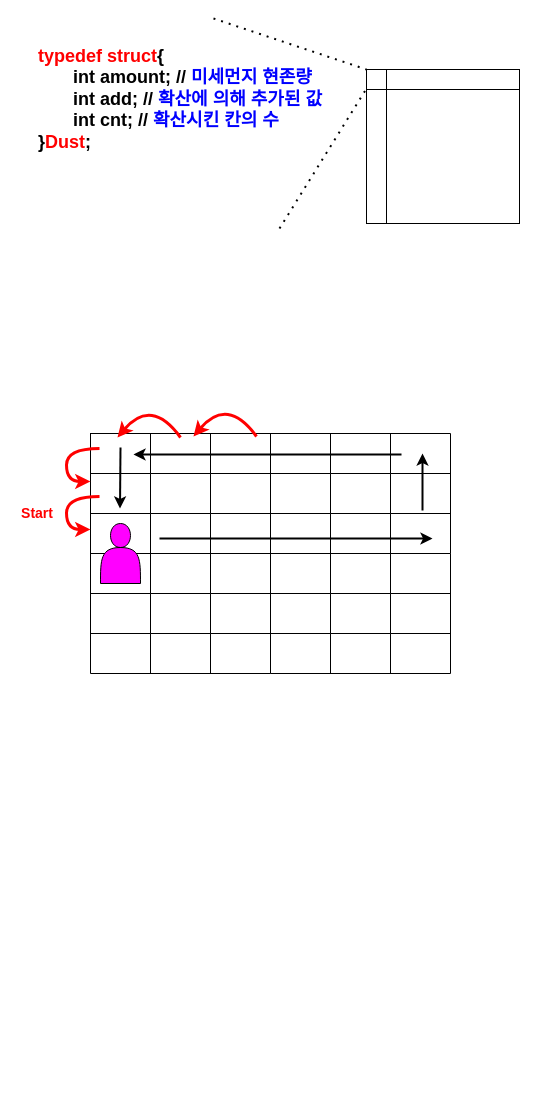
This is Untitled Diagram.drawio from wo-ody/draw.io, a draw.io file, before an edit. Source tidied: cells renumbered, new cells numbered last; positions are measured from the earlier drawing's top-left corner, leaving out a move shared by most shapes. Both pictures are drawn from the tidied source at 100%, with x=0, y=0 at pixel (17, 18).
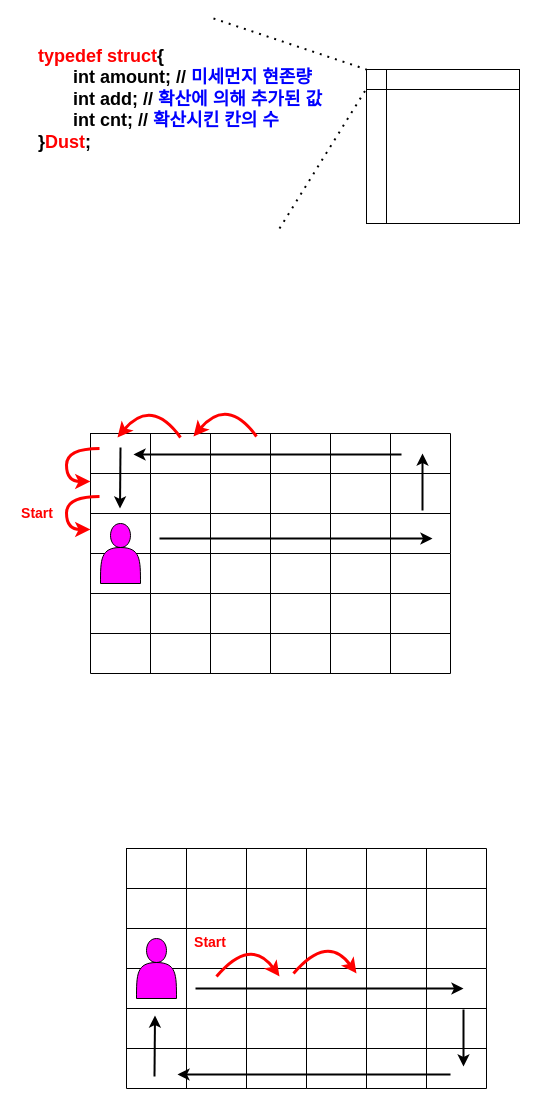
The same page after the edit.

Change to the diagram source:
```diff
@@
+    <mxCell id="68" style="shape=table;html=1;whiteSpace=wrap;startSize=0;childLayout=tableLayout;" parent="1" vertex="1">
+      <mxGeometry x="109" y="830" width="180" height="120" as="geometry" />
+    </mxCell>
+    <mxCell id="69" style="shape=partialRectangle;html=1;whiteSpace=wrap;fillColor=none;top=0;left=0;bottom=0;right=0;" parent="68" vertex="1">
+      <mxGeometry width="180" height="40" as="geometry" />
+    </mxCell>
+    <mxCell id="70" style="shape=partialRectangle;html=1;whiteSpace=wrap;fillColor=none;top=0;left=0;bottom=0;right=0;overflow=hidden;" parent="69" vertex="1">
+      <mxGeometry width="60" height="40" as="geometry" />
+    </mxCell>
+    <mxCell id="71" style="shape=partialRectangle;html=1;whiteSpace=wrap;fillColor=none;top=0;left=0;bottom=0;right=0;overflow=hidden;" parent="69" vertex="1">
+      <mxGeometry x="60" width="60" height="40" as="geometry" />
+    </mxCell>
+    <mxCell id="72" style="shape=partialRectangle;html=1;whiteSpace=wrap;fillColor=none;top=0;left=0;bottom=0;right=0;overflow=hidden;" parent="69" vertex="1">
+      <mxGeometry x="120" width="60" height="40" as="geometry" />
+    </mxCell>
+    <mxCell id="73" style="shape=partialRectangle;html=1;whiteSpace=wrap;fillColor=none;top=0;left=0;bottom=0;right=0;" parent="68" vertex="1">
+      <mxGeometry y="40" width="180" height="40" as="geometry" />
+    </mxCell>
+    <mxCell id="74" style="shape=partialRectangle;html=1;whiteSpace=wrap;fillColor=none;top=0;left=0;bottom=0;right=0;overflow=hidden;" parent="73" vertex="1">
+      <mxGeometry width="60" height="40" as="geometry" />
+    </mxCell>
+    <mxCell id="75" style="shape=partialRectangle;html=1;whiteSpace=wrap;fillColor=none;top=0;left=0;bottom=0;right=0;overflow=hidden;" parent="73" vertex="1">
+      <mxGeometry x="60" width="60" height="40" as="geometry" />
+    </mxCell>
+    <mxCell id="76" style="shape=partialRectangle;html=1;whiteSpace=wrap;fillColor=none;top=0;left=0;bottom=0;right=0;overflow=hidden;" parent="73" vertex="1">
+      <mxGeometry x="120" width="60" height="40" as="geometry" />
+    </mxCell>
+    <mxCell id="77" style="shape=partialRectangle;html=1;whiteSpace=wrap;fillColor=none;top=0;left=0;bottom=0;right=0;" parent="68" vertex="1">
+      <mxGeometry y="80" width="180" height="40" as="geometry" />
+    </mxCell>
+    <mxCell id="78" style="shape=partialRectangle;html=1;whiteSpace=wrap;fillColor=none;top=0;left=0;bottom=0;right=0;overflow=hidden;" parent="77" vertex="1">
+      <mxGeometry width="60" height="40" as="geometry" />
+    </mxCell>
+    <mxCell id="79" style="shape=partialRectangle;html=1;whiteSpace=wrap;fillColor=none;top=0;left=0;bottom=0;right=0;overflow=hidden;" parent="77" vertex="1">
+      <mxGeometry x="60" width="60" height="40" as="geometry" />
+    </mxCell>
+    <mxCell id="80" style="shape=partialRectangle;html=1;whiteSpace=wrap;fillColor=none;top=0;left=0;bottom=0;right=0;overflow=hidden;" parent="77" vertex="1">
+      <mxGeometry x="120" width="60" height="40" as="geometry" />
+    </mxCell>
+    <mxCell id="81" style="shape=table;html=1;whiteSpace=wrap;startSize=0;childLayout=tableLayout;" parent="1" vertex="1">
+      <mxGeometry x="289" y="830" width="180" height="120" as="geometry" />
+    </mxCell>
+    <mxCell id="82" style="shape=partialRectangle;html=1;whiteSpace=wrap;fillColor=none;top=0;left=0;bottom=0;right=0;" parent="81" vertex="1">
+      <mxGeometry width="180" height="40" as="geometry" />
+    </mxCell>
+    <mxCell id="83" style="shape=partialRectangle;html=1;whiteSpace=wrap;fillColor=none;top=0;left=0;bottom=0;right=0;overflow=hidden;" parent="82" vertex="1">
+      <mxGeometry width="60" height="40" as="geometry" />
+    </mxCell>
+    <mxCell id="84" style="shape=partialRectangle;html=1;whiteSpace=wrap;fillColor=none;top=0;left=0;bottom=0;right=0;overflow=hidden;" parent="82" vertex="1">
+      <mxGeometry x="60" width="60" height="40" as="geometry" />
+    </mxCell>
+    <mxCell id="85" style="shape=partialRectangle;html=1;whiteSpace=wrap;fillColor=none;top=0;left=0;bottom=0;right=0;overflow=hidden;" parent="82" vertex="1">
+      <mxGeometry x="120" width="60" height="40" as="geometry" />
+    </mxCell>
+    <mxCell id="86" style="shape=partialRectangle;html=1;whiteSpace=wrap;fillColor=none;top=0;left=0;bottom=0;right=0;" parent="81" vertex="1">
+      <mxGeometry y="40" width="180" height="40" as="geometry" />
+    </mxCell>
+    <mxCell id="87" style="shape=partialRectangle;html=1;whiteSpace=wrap;fillColor=none;top=0;left=0;bottom=0;right=0;overflow=hidden;" parent="86" vertex="1">
+      <mxGeometry width="60" height="40" as="geometry" />
+    </mxCell>
+    <mxCell id="88" style="shape=partialRectangle;html=1;whiteSpace=wrap;fillColor=none;top=0;left=0;bottom=0;right=0;overflow=hidden;" parent="86" vertex="1">
+      <mxGeometry x="60" width="60" height="40" as="geometry" />
+    </mxCell>
+    <mxCell id="89" style="shape=partialRectangle;html=1;whiteSpace=wrap;fillColor=none;top=0;left=0;bottom=0;right=0;overflow=hidden;" parent="86" vertex="1">
+      <mxGeometry x="120" width="60" height="40" as="geometry" />
+    </mxCell>
+    <mxCell id="90" style="shape=partialRectangle;html=1;whiteSpace=wrap;fillColor=none;top=0;left=0;bottom=0;right=0;" parent="81" vertex="1">
+      <mxGeometry y="80" width="180" height="40" as="geometry" />
+    </mxCell>
+    <mxCell id="91" style="shape=partialRectangle;html=1;whiteSpace=wrap;fillColor=none;top=0;left=0;bottom=0;right=0;overflow=hidden;" parent="90" vertex="1">
+      <mxGeometry width="60" height="40" as="geometry" />
+    </mxCell>
+    <mxCell id="92" style="shape=partialRectangle;html=1;whiteSpace=wrap;fillColor=none;top=0;left=0;bottom=0;right=0;overflow=hidden;" parent="90" vertex="1">
+      <mxGeometry x="60" width="60" height="40" as="geometry" />
+    </mxCell>
+    <mxCell id="93" style="shape=partialRectangle;html=1;whiteSpace=wrap;fillColor=none;top=0;left=0;bottom=0;right=0;overflow=hidden;" parent="90" vertex="1">
+      <mxGeometry x="120" width="60" height="40" as="geometry" />
+    </mxCell>
+    <mxCell id="94" style="shape=table;html=1;whiteSpace=wrap;startSize=0;childLayout=tableLayout;" parent="1" vertex="1">
+      <mxGeometry x="109" y="950" width="180" height="120" as="geometry" />
+    </mxCell>
+    <mxCell id="95" style="shape=partialRectangle;html=1;whiteSpace=wrap;fillColor=none;top=0;left=0;bottom=0;right=0;" parent="94" vertex="1">
+      <mxGeometry width="180" height="40" as="geometry" />
+    </mxCell>
+    <mxCell id="96" style="shape=partialRectangle;html=1;whiteSpace=wrap;fillColor=none;top=0;left=0;bottom=0;right=0;overflow=hidden;" parent="95" vertex="1">
+      <mxGeometry width="60" height="40" as="geometry" />
+    </mxCell>
+    <mxCell id="97" style="shape=partialRectangle;html=1;whiteSpace=wrap;fillColor=none;top=0;left=0;bottom=0;right=0;overflow=hidden;" parent="95" vertex="1">
+      <mxGeometry x="60" width="60" height="40" as="geometry" />
+    </mxCell>
+    <mxCell id="98" style="shape=partialRectangle;html=1;whiteSpace=wrap;fillColor=none;top=0;left=0;bottom=0;right=0;overflow=hidden;" parent="95" vertex="1">
+      <mxGeometry x="120" width="60" height="40" as="geometry" />
+    </mxCell>
+    <mxCell id="99" style="shape=partialRectangle;html=1;whiteSpace=wrap;fillColor=none;top=0;left=0;bottom=0;right=0;" parent="94" vertex="1">
+      <mxGeometry y="40" width="180" height="40" as="geometry" />
+    </mxCell>
+    <mxCell id="100" style="shape=partialRectangle;html=1;whiteSpace=wrap;fillColor=none;top=0;left=0;bottom=0;right=0;overflow=hidden;" parent="99" vertex="1">
+      <mxGeometry width="60" height="40" as="geometry" />
+    </mxCell>
+    <mxCell id="101" style="shape=partialRectangle;html=1;whiteSpace=wrap;fillColor=none;top=0;left=0;bottom=0;right=0;overflow=hidden;" parent="99" vertex="1">
+      <mxGeometry x="60" width="60" height="40" as="geometry" />
+    </mxCell>
+    <mxCell id="102" style="shape=partialRectangle;html=1;whiteSpace=wrap;fillColor=none;top=0;left=0;bottom=0;right=0;overflow=hidden;" parent="99" vertex="1">
+      <mxGeometry x="120" width="60" height="40" as="geometry" />
+    </mxCell>
+    <mxCell id="103" style="shape=partialRectangle;html=1;whiteSpace=wrap;fillColor=none;top=0;left=0;bottom=0;right=0;" parent="94" vertex="1">
+      <mxGeometry y="80" width="180" height="40" as="geometry" />
+    </mxCell>
+    <mxCell id="104" style="shape=partialRectangle;html=1;whiteSpace=wrap;fillColor=none;top=0;left=0;bottom=0;right=0;overflow=hidden;" parent="103" vertex="1">
+      <mxGeometry width="60" height="40" as="geometry" />
+    </mxCell>
+    <mxCell id="105" style="shape=partialRectangle;html=1;whiteSpace=wrap;fillColor=none;top=0;left=0;bottom=0;right=0;overflow=hidden;" parent="103" vertex="1">
+      <mxGeometry x="60" width="60" height="40" as="geometry" />
+    </mxCell>
+    <mxCell id="106" style="shape=partialRectangle;html=1;whiteSpace=wrap;fillColor=none;top=0;left=0;bottom=0;right=0;overflow=hidden;" parent="103" vertex="1">
+      <mxGeometry x="120" width="60" height="40" as="geometry" />
+    </mxCell>
+    <mxCell id="107" style="shape=table;html=1;whiteSpace=wrap;startSize=0;childLayout=tableLayout;" parent="1" vertex="1">
+      <mxGeometry x="289" y="950" width="180" height="120" as="geometry" />
+    </mxCell>
+    <mxCell id="108" style="shape=partialRectangle;html=1;whiteSpace=wrap;fillColor=none;top=0;left=0;bottom=0;right=0;" parent="107" vertex="1">
+      <mxGeometry width="180" height="40" as="geometry" />
+    </mxCell>
+    <mxCell id="109" style="shape=partialRectangle;html=1;whiteSpace=wrap;fillColor=none;top=0;left=0;bottom=0;right=0;overflow=hidden;" parent="108" vertex="1">
+      <mxGeometry width="60" height="40" as="geometry" />
+    </mxCell>
+    <mxCell id="110" style="shape=partialRectangle;html=1;whiteSpace=wrap;fillColor=none;top=0;left=0;bottom=0;right=0;overflow=hidden;" parent="108" vertex="1">
+      <mxGeometry x="60" width="60" height="40" as="geometry" />
+    </mxCell>
+    <mxCell id="111" style="shape=partialRectangle;html=1;whiteSpace=wrap;fillColor=none;top=0;left=0;bottom=0;right=0;overflow=hidden;" parent="108" vertex="1">
+      <mxGeometry x="120" width="60" height="40" as="geometry" />
+    </mxCell>
+    <mxCell id="112" style="shape=partialRectangle;html=1;whiteSpace=wrap;fillColor=none;top=0;left=0;bottom=0;right=0;" parent="107" vertex="1">
+      <mxGeometry y="40" width="180" height="40" as="geometry" />
+    </mxCell>
+    <mxCell id="113" style="shape=partialRectangle;html=1;whiteSpace=wrap;fillColor=none;top=0;left=0;bottom=0;right=0;overflow=hidden;" parent="112" vertex="1">
+      <mxGeometry width="60" height="40" as="geometry" />
+    </mxCell>
+    <mxCell id="114" style="shape=partialRectangle;html=1;whiteSpace=wrap;fillColor=none;top=0;left=0;bottom=0;right=0;overflow=hidden;" parent="112" vertex="1">
+      <mxGeometry x="60" width="60" height="40" as="geometry" />
+    </mxCell>
+    <mxCell id="115" style="shape=partialRectangle;html=1;whiteSpace=wrap;fillColor=none;top=0;left=0;bottom=0;right=0;overflow=hidden;" parent="112" vertex="1">
+      <mxGeometry x="120" width="60" height="40" as="geometry" />
+    </mxCell>
+    <mxCell id="116" style="shape=partialRectangle;html=1;whiteSpace=wrap;fillColor=none;top=0;left=0;bottom=0;right=0;" parent="107" vertex="1">
+      <mxGeometry y="80" width="180" height="40" as="geometry" />
+    </mxCell>
+    <mxCell id="117" style="shape=partialRectangle;html=1;whiteSpace=wrap;fillColor=none;top=0;left=0;bottom=0;right=0;overflow=hidden;" parent="116" vertex="1">
+      <mxGeometry width="60" height="40" as="geometry" />
+    </mxCell>
+    <mxCell id="118" style="shape=partialRectangle;html=1;whiteSpace=wrap;fillColor=none;top=0;left=0;bottom=0;right=0;overflow=hidden;" parent="116" vertex="1">
+      <mxGeometry x="60" width="60" height="40" as="geometry" />
+    </mxCell>
+    <mxCell id="119" style="shape=partialRectangle;html=1;whiteSpace=wrap;fillColor=none;top=0;left=0;bottom=0;right=0;overflow=hidden;" parent="116" vertex="1">
+      <mxGeometry x="120" width="60" height="40" as="geometry" />
+    </mxCell>
+    <mxCell id="120" style="shape=actor;whiteSpace=wrap;html=1;fillColor=#FF00FF;" parent="1" vertex="1">
+      <mxGeometry x="119" y="920" width="40" height="60" as="geometry" />
+    </mxCell>
+    <mxCell id="121" style="endArrow=classic;html=1;strokeWidth=2;" parent="1" edge="1">
+      <mxGeometry relative="1" as="geometry">
+        <mxPoint x="433" y="1056" as="sourcePoint" />
+        <mxPoint x="160" y="1056" as="targetPoint" />
+      </mxGeometry>
+    </mxCell>
+    <mxCell id="122" style="endArrow=classic;html=1;strokeWidth=2;" parent="1" edge="1">
+      <mxGeometry relative="1" as="geometry">
+        <mxPoint x="446" y="991" as="sourcePoint" />
+        <mxPoint x="446" y="1048" as="targetPoint" />
+      </mxGeometry>
+    </mxCell>
+    <mxCell id="123" style="endArrow=classic;html=1;strokeWidth=2;" parent="1" edge="1">
+      <mxGeometry relative="1" as="geometry">
+        <mxPoint x="178" y="970" as="sourcePoint" />
+        <mxPoint x="446" y="970" as="targetPoint" />
+      </mxGeometry>
+    </mxCell>
+    <mxCell id="124" style="endArrow=classic;html=1;strokeWidth=2;" parent="1" edge="1">
+      <mxGeometry relative="1" as="geometry">
+        <mxPoint x="137" y="1058" as="sourcePoint" />
+        <mxPoint x="137.5" y="997" as="targetPoint" />
+      </mxGeometry>
+    </mxCell>
+    <mxCell id="125" value="&lt;font style=&quot;font-size: 14px&quot; color=&quot;#ff0000&quot;&gt;&lt;b&gt;Start&lt;/b&gt;&lt;/font&gt;" style="text;html=1;strokeColor=none;fillColor=none;align=center;verticalAlign=middle;whiteSpace=wrap;rounded=0;" parent="1" vertex="1">
+      <mxGeometry x="172.5" y="914" width="40" height="20" as="geometry" />
+    </mxCell>
+    <mxCell id="126" style="curved=1;endArrow=classic;html=1;strokeWidth=3;strokeColor=#FF0000;" parent="1" edge="1">
+      <mxGeometry relative="1" as="geometry">
+        <mxPoint x="276" y="955" as="sourcePoint" />
+        <mxPoint x="339" y="955" as="targetPoint" />
+        <Array as="points">
+          <mxPoint x="310" y="915" />
+        </Array>
+      </mxGeometry>
+    </mxCell>
+    <mxCell id="127" style="curved=1;endArrow=classic;html=1;strokeWidth=3;strokeColor=#FF0000;" parent="1" edge="1">
+      <mxGeometry relative="1" as="geometry">
+        <mxPoint x="199" y="958" as="sourcePoint" />
+        <mxPoint x="262" y="958" as="targetPoint" />
+        <Array as="points">
+          <mxPoint x="233" y="918" />
+        </Array>
+      </mxGeometry>
+    </mxCell>
```
